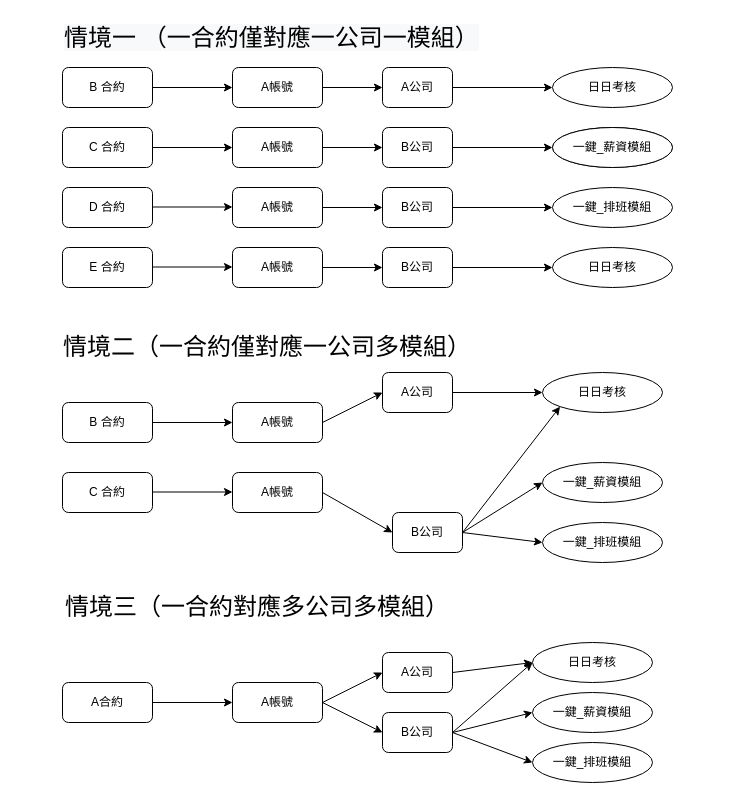
Before: 合約_帳號_公司.drawio in Shiva1010/myFlow, a draw.io diagram. Source tidied: cells renumbered, new cells numbered last; positions are measured from the earlier drawing's top-left corner, leaving out a move shared by most shapes. Both pictures are drawn from the tidied source at 100%, with x=0, y=0 at pixel (22, 17).
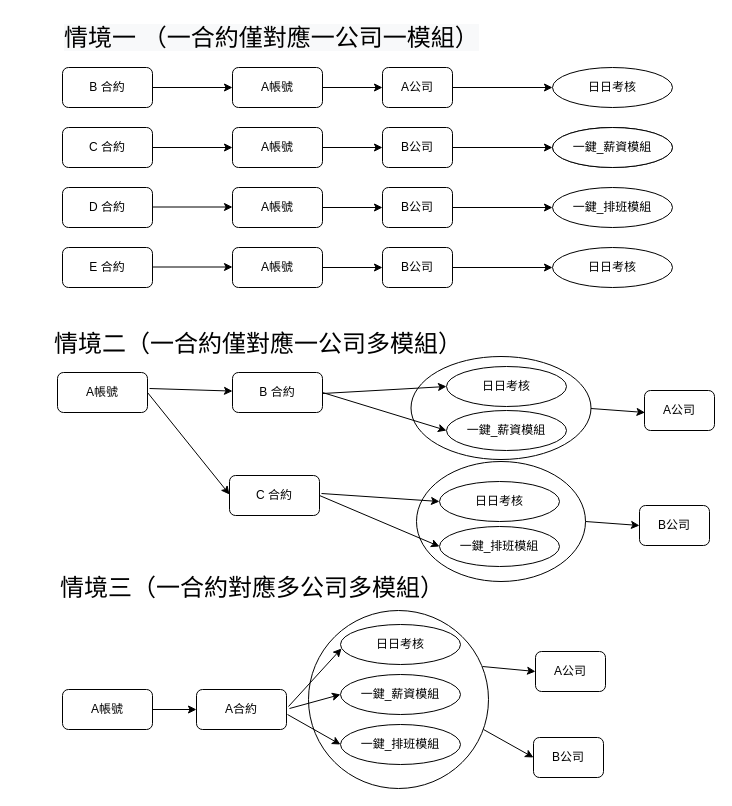
Above is the later version.

Commit message:
更新合約_帳號_公司.drawio

Change to the diagram source:
```diff
@@
     <mxCell id="2" value="A合約" style="rounded=1;whiteSpace=wrap;html=1;" parent="1" vertex="1">
-      <mxGeometry x="40" y="665" width="90" height="40" as="geometry" />
+      <mxGeometry x="174" y="672" width="90" height="40" as="geometry" />
     </mxCell>
-    <mxCell id="3" value="A帳號" style="rounded=1;whiteSpace=wrap;html=1;" parent="1" vertex="1">
-      <mxGeometry x="210" y="665" width="90" height="40" as="geometry" />
-    </mxCell>
-    <mxCell id="4" style="endArrow=classic;html=1;rounded=0;exitX=1;exitY=0.5;exitDx=0;exitDy=0;" parent="1" edge="1" source="2" target="3">
+    <mxCell id="4" style="endArrow=classic;html=1;rounded=0;exitX=1;exitY=0.5;exitDx=0;exitDy=0;entryX=0;entryY=0.5;entryDx=0;entryDy=0;" parent="1" edge="1" source="65" target="2">
       <mxGeometry relative="1" as="geometry" />
     </mxCell>
-    <mxCell id="5" style="endArrow=classic;html=1;rounded=0;exitX=1;exitY=0.5;exitDx=0;exitDy=0;entryX=0;entryY=0.5;entryDx=0;entryDy=0;" parent="1" edge="1" source="3" target="11">
-      <mxGeometry relative="1" as="geometry" />
-    </mxCell>
     <mxCell id="6" value="A公司" style="rounded=1;whiteSpace=wrap;html=1;" parent="1" vertex="1">
-      <mxGeometry x="360" y="635" width="70" height="40" as="geometry" />
+      <mxGeometry x="513" y="634" width="70" height="40" as="geometry" />
     </mxCell>
     <mxCell id="7" value="日日考核" style="ellipse;whiteSpace=wrap;html=1;" parent="1" vertex="1">
-      <mxGeometry x="510" y="625" width="120" height="40" as="geometry" />
+      <mxGeometry x="318" y="607" width="120" height="40" as="geometry" />
     </mxCell>
     <mxCell id="8" value="一鍵_薪資模組" style="ellipse;whiteSpace=wrap;html=1;" parent="1" vertex="1">
-      <mxGeometry x="510" y="675" width="120" height="40" as="geometry" />
+      <mxGeometry x="318" y="657" width="120" height="40" as="geometry" />
     </mxCell>
     <mxCell id="9" value="一鍵_排班模組" style="ellipse;whiteSpace=wrap;html=1;" parent="1" vertex="1">
-      <mxGeometry x="510" y="725" width="120" height="40" as="geometry" />
+      <mxGeometry x="318" y="707" width="120" height="40" as="geometry" />
     </mxCell>
-    <mxCell id="10" style="endArrow=classic;html=1;rounded=0;exitX=1;exitY=0.5;exitDx=0;exitDy=0;entryX=0;entryY=0.5;entryDx=0;entryDy=0;" parent="1" edge="1" target="7">
-      <mxGeometry relative="1" as="geometry">
-        <mxPoint x="430" y="655" as="sourcePoint" />
-      </mxGeometry>
-    </mxCell>
     <mxCell id="11" value="B公司" style="rounded=1;whiteSpace=wrap;html=1;" parent="1" vertex="1">
-      <mxGeometry x="360" y="695" width="70" height="40" as="geometry" />
+      <mxGeometry x="511" y="720" width="70" height="40" as="geometry" />
     </mxCell>
-    <mxCell id="12" style="endArrow=classic;html=1;rounded=0;exitX=1;exitY=0.5;exitDx=0;exitDy=0;entryX=0;entryY=0.5;entryDx=0;entryDy=0;" parent="1" edge="1" source="3" target="6">
-      <mxGeometry relative="1" as="geometry" />
-    </mxCell>
-    <mxCell id="13" style="endArrow=classic;html=1;rounded=0;exitX=1;exitY=0.5;exitDx=0;exitDy=0;" parent="1" edge="1" source="11">
-      <mxGeometry relative="1" as="geometry">
-        <mxPoint x="510" y="645" as="targetPoint" />
-      </mxGeometry>
-    </mxCell>
-    <mxCell id="14" style="endArrow=classic;html=1;rounded=0;entryX=0;entryY=0.5;entryDx=0;entryDy=0;" parent="1" edge="1" target="8">
-      <mxGeometry relative="1" as="geometry">
-        <mxPoint x="430" y="715" as="sourcePoint" />
-      </mxGeometry>
-    </mxCell>
-    <mxCell id="15" style="endArrow=classic;html=1;rounded=0;entryX=0;entryY=0.5;entryDx=0;entryDy=0;" parent="1" edge="1" target="9">
-      <mxGeometry relative="1" as="geometry">
-        <mxPoint x="430" y="715" as="sourcePoint" />
-      </mxGeometry>
-    </mxCell>
     <mxCell id="16" value="B 合約" style="rounded=1;whiteSpace=wrap;html=1;" parent="1" vertex="1">
-      <mxGeometry x="40" y="385" width="90" height="40" as="geometry" />
+      <mxGeometry x="210" y="355" width="90" height="40" as="geometry" />
     </mxCell>
     <mxCell id="17" value="A帳號" style="rounded=1;whiteSpace=wrap;html=1;" parent="1" vertex="1">
-      <mxGeometry x="210" y="385" width="90" height="40" as="geometry" />
+      <mxGeometry x="35" y="355" width="90" height="40" as="geometry" />
     </mxCell>
-    <mxCell id="18" style="endArrow=classic;html=1;rounded=0;exitX=1;exitY=0.5;exitDx=0;exitDy=0;" parent="1" edge="1" source="16" target="17">
-      <mxGeometry relative="1" as="geometry" />
+    <mxCell id="18" style="endArrow=classic;html=1;rounded=0;" parent="1" edge="1" target="16">
+      <mxGeometry relative="1" as="geometry">
+        <mxPoint x="127" y="371" as="sourcePoint" />
+      </mxGeometry>
     </mxCell>
-    <mxCell id="19" style="endArrow=classic;html=1;rounded=0;exitX=1;exitY=0.5;exitDx=0;exitDy=0;entryX=0;entryY=0.5;entryDx=0;entryDy=0;" parent="1" edge="1" source="31" target="25">
-      <mxGeometry relative="1" as="geometry" />
-    </mxCell>
     <mxCell id="20" value="A公司" style="rounded=1;whiteSpace=wrap;html=1;" parent="1" vertex="1">
-      <mxGeometry x="360" y="355" width="70" height="40" as="geometry" />
+      <mxGeometry x="622" y="373" width="70" height="40" as="geometry" />
     </mxCell>
     <mxCell id="21" value="日日考核" style="ellipse;whiteSpace=wrap;html=1;" parent="1" vertex="1">
-      <mxGeometry x="520" y="355" width="120" height="40" as="geometry" />
+      <mxGeometry x="424" y="349" width="120" height="40" as="geometry" />
     </mxCell>
     <mxCell id="22" value="一鍵_薪資模組" style="ellipse;whiteSpace=wrap;html=1;" parent="1" vertex="1">
-      <mxGeometry x="520" y="445" width="120" height="40" as="geometry" />
+      <mxGeometry x="424" y="393" width="120" height="40" as="geometry" />
     </mxCell>
     <mxCell id="23" value="一鍵_排班模組" style="ellipse;whiteSpace=wrap;html=1;" parent="1" vertex="1">
-      <mxGeometry x="520" y="505" width="120" height="40" as="geometry" />
+      <mxGeometry x="417" y="509" width="120" height="40" as="geometry" />
     </mxCell>
-    <mxCell id="24" style="endArrow=classic;html=1;rounded=0;exitX=1;exitY=0.5;exitDx=0;exitDy=0;entryX=0;entryY=0.5;entryDx=0;entryDy=0;" parent="1" edge="1" target="21">
-      <mxGeometry relative="1" as="geometry">
-        <mxPoint x="430" y="375" as="sourcePoint" />
-      </mxGeometry>
-    </mxCell>
-    <mxCell id="25" value="B公司" style="rounded=1;whiteSpace=wrap;html=1;" parent="1" vertex="1">
-      <mxGeometry x="370" y="495" width="70" height="40" as="geometry" />
-    </mxCell>
-    <mxCell id="26" style="endArrow=classic;html=1;rounded=0;exitX=1;exitY=0.5;exitDx=0;exitDy=0;entryX=0;entryY=0.5;entryDx=0;entryDy=0;" parent="1" edge="1" source="17" target="20">
-      <mxGeometry relative="1" as="geometry" />
-    </mxCell>
-    <mxCell id="27" style="endArrow=classic;html=1;rounded=0;exitX=1;exitY=0.5;exitDx=0;exitDy=0;entryX=0;entryY=1;entryDx=0;entryDy=0;" parent="1" edge="1" source="25" target="21">
-      <mxGeometry relative="1" as="geometry" />
+    <mxCell id="27" style="endArrow=classic;html=1;rounded=0;entryX=0;entryY=0.5;entryDx=0;entryDy=0;" parent="1" edge="1" target="21">
+      <mxGeometry relative="1" as="geometry">
+        <mxPoint x="300" y="376" as="sourcePoint" />
+      </mxGeometry>
     </mxCell>
-    <mxCell id="28" style="endArrow=classic;html=1;rounded=0;entryX=0;entryY=0.5;entryDx=0;entryDy=0;exitX=1;exitY=0.5;exitDx=0;exitDy=0;" parent="1" edge="1" source="25" target="22">
+    <mxCell id="28" style="endArrow=classic;html=1;rounded=0;entryX=0;entryY=0.5;entryDx=0;entryDy=0;exitX=1;exitY=0.5;exitDx=0;exitDy=0;" parent="1" edge="1" source="16" target="22">
       <mxGeometry relative="1" as="geometry" />
     </mxCell>
-    <mxCell id="29" style="endArrow=classic;html=1;rounded=0;entryX=0;entryY=0.5;entryDx=0;entryDy=0;exitX=1;exitY=0.5;exitDx=0;exitDy=0;" parent="1" edge="1" source="25" target="23">
+    <mxCell id="29" style="endArrow=classic;html=1;rounded=0;entryX=0;entryY=0.5;entryDx=0;entryDy=0;exitX=1;exitY=0.5;exitDx=0;exitDy=0;" parent="1" edge="1" source="30" target="23">
       <mxGeometry relative="1" as="geometry" />
     </mxCell>
     <mxCell id="30" value="C 合約" style="rounded=1;whiteSpace=wrap;html=1;" parent="1" vertex="1">
-      <mxGeometry x="40" y="455" width="90" height="40" as="geometry" />
+      <mxGeometry x="207" y="458" width="90" height="40" as="geometry" />
     </mxCell>
-    <mxCell id="31" value="A帳號" style="rounded=1;whiteSpace=wrap;html=1;" parent="1" vertex="1">
-      <mxGeometry x="210" y="455" width="90" height="40" as="geometry" />
-    </mxCell>
-    <mxCell id="32" style="endArrow=classic;html=1;rounded=0;exitX=1;exitY=0.5;exitDx=0;exitDy=0;" parent="1" edge="1">
+    <mxCell id="32" style="endArrow=classic;html=1;rounded=0;exitX=1;exitY=0.5;exitDx=0;exitDy=0;" parent="1" edge="1" source="17">
       <mxGeometry relative="1" as="geometry">
-        <mxPoint x="130" y="474.5" as="sourcePoint" />
-        <mxPoint x="210" y="474.5" as="targetPoint" />
+        <mxPoint x="207" y="477" as="targetPoint" />
       </mxGeometry>
     </mxCell>
     <mxCell id="33" value="&lt;font style=&quot;font-size: 24px;&quot;&gt;情境三&lt;/font&gt;&lt;span style=&quot;font-size: 24px;&quot;&gt;（一合約對應多公司多模組）&lt;/span&gt;" style="text;html=1;strokeColor=none;fillColor=none;align=center;verticalAlign=middle;whiteSpace=wrap;rounded=0;" parent="1" vertex="1">
-      <mxGeometry y="575" width="470" height="30" as="geometry" />
+      <mxGeometry x="-5" y="556" width="470" height="30" as="geometry" />
     </mxCell>
     <mxCell id="34" value="&lt;font style=&quot;font-size: 24px;&quot;&gt;情境二&lt;/font&gt;&lt;span style=&quot;font-size: 24px;&quot;&gt;（一合約僅對應一公司多模組）&lt;/span&gt;" style="text;html=1;strokeColor=none;fillColor=none;align=center;verticalAlign=middle;whiteSpace=wrap;rounded=0;" parent="1" vertex="1">
-      <mxGeometry x="10" y="315" width="470" height="30" as="geometry" />
+      <mxGeometry x="1" y="312" width="470" height="30" as="geometry" />
     </mxCell>
@@
+    <mxCell id="65" value="A帳號" style="rounded=1;whiteSpace=wrap;html=1;" parent="1" vertex="1">
+      <mxGeometry x="40" y="672" width="90" height="40" as="geometry" />
+    </mxCell>
+    <mxCell id="66" style="endArrow=classic;html=1;rounded=0;" parent="1" edge="1">
+      <mxGeometry relative="1" as="geometry">
+        <mxPoint x="266" y="689" as="sourcePoint" />
+        <mxPoint x="319" y="631" as="targetPoint" />
+      </mxGeometry>
+    </mxCell>
+    <mxCell id="67" style="endArrow=classic;html=1;rounded=0;entryX=0;entryY=0.5;entryDx=0;entryDy=0;" parent="1" edge="1" target="8">
+      <mxGeometry relative="1" as="geometry">
+        <mxPoint x="267" y="691" as="sourcePoint" />
+      </mxGeometry>
+    </mxCell>
+    <mxCell id="68" style="endArrow=classic;html=1;rounded=0;entryX=0;entryY=0.5;entryDx=0;entryDy=0;" parent="1" edge="1" target="9">
+      <mxGeometry relative="1" as="geometry">
+        <mxPoint x="265" y="697" as="sourcePoint" />
+      </mxGeometry>
+    </mxCell>
+    <mxCell id="69" style="ellipse;whiteSpace=wrap;html=1;fillColor=none;" parent="1" vertex="1">
+      <mxGeometry x="286" y="593" width="180" height="178" as="geometry" />
+    </mxCell>
+    <mxCell id="70" style="endArrow=classic;html=1;rounded=0;entryX=0;entryY=0.5;entryDx=0;entryDy=0;exitX=1;exitY=0.5;exitDx=0;exitDy=0;" parent="1" edge="1" target="11">
+      <mxGeometry relative="1" as="geometry">
+        <mxPoint x="461" y="712" as="sourcePoint" />
+      </mxGeometry>
+    </mxCell>
+    <mxCell id="71" style="endArrow=classic;html=1;rounded=0;entryX=0;entryY=0.5;entryDx=0;entryDy=0;exitX=1;exitY=0.5;exitDx=0;exitDy=0;" parent="1" edge="1" target="6">
+      <mxGeometry relative="1" as="geometry">
+        <mxPoint x="460" y="649" as="sourcePoint" />
+      </mxGeometry>
+    </mxCell>
+    <mxCell id="25" value="B公司" style="rounded=1;whiteSpace=wrap;html=1;" parent="1" vertex="1">
+      <mxGeometry x="617" y="488" width="70" height="40" as="geometry" />
+    </mxCell>
+    <mxCell id="72" value="日日考核" style="ellipse;whiteSpace=wrap;html=1;" parent="1" vertex="1">
+      <mxGeometry x="417" y="464" width="120" height="40" as="geometry" />
+    </mxCell>
+    <mxCell id="73" style="endArrow=classic;html=1;rounded=0;entryX=0;entryY=0.5;entryDx=0;entryDy=0;" parent="1" edge="1" target="72">
+      <mxGeometry relative="1" as="geometry">
+        <mxPoint x="299" y="476" as="sourcePoint" />
+      </mxGeometry>
+    </mxCell>
+    <mxCell id="74" style="ellipse;whiteSpace=wrap;html=1;fillColor=none;" parent="1" vertex="1">
+      <mxGeometry x="394" y="444" width="169" height="120" as="geometry" />
+    </mxCell>
+    <mxCell id="75" style="ellipse;whiteSpace=wrap;html=1;fillColor=none;" parent="1" vertex="1">
+      <mxGeometry x="388.5" y="339" width="180" height="103" as="geometry" />
+    </mxCell>
+    <mxCell id="76" style="endArrow=classic;html=1;rounded=0;entryX=0;entryY=0.5;entryDx=0;entryDy=0;exitX=1;exitY=0.5;exitDx=0;exitDy=0;" parent="1" edge="1" source="74" target="25">
+      <mxGeometry relative="1" as="geometry" />
+    </mxCell>
+    <mxCell id="77" style="endArrow=classic;html=1;rounded=0;entryX=0;entryY=0.5;entryDx=0;entryDy=0;exitX=1;exitY=0.5;exitDx=0;exitDy=0;" parent="1" edge="1">
+      <mxGeometry relative="1" as="geometry">
+        <mxPoint x="568.5" y="391" as="sourcePoint" />
+        <mxPoint x="622.5" y="395" as="targetPoint" />
+      </mxGeometry>
+    </mxCell>
```
